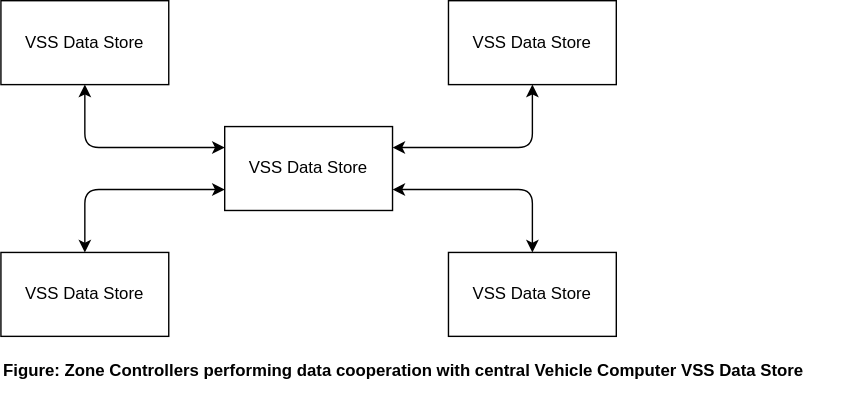
Above: in-vehicle-storage/apache-iotdb/doc/apache-iotdb-zonal-vss-store.drawio.svg in slawr/vss-otaku (draw.io), before the change. Source tidied: cells renumbered, new cells last; positions are measured from the earlier drawing's top-left corner, leaving out a move shared by most shapes. Source of this version:
```xml
<mxGraphModel>
  <root>
    <mxCell id="0" />
    <mxCell id="1" parent="0" />
    <mxCell id="2" style="edgeStyle=orthogonalEdgeStyle;html=1;exitX=0.5;exitY=1;exitDx=0;exitDy=0;entryX=0;entryY=0.25;entryDx=0;entryDy=0;startArrow=classic;startFill=1;" parent="1" edge="1" source="3" target="10">
      <mxGeometry relative="1" as="geometry" />
    </mxCell>
    <mxCell id="3" value="VSS Data Store" style="rounded=0;whiteSpace=wrap;html=1;" parent="1" vertex="1">
      <mxGeometry width="120" height="60" as="geometry" />
    </mxCell>
    <mxCell id="4" style="edgeStyle=orthogonalEdgeStyle;html=1;exitX=0.5;exitY=1;exitDx=0;exitDy=0;entryX=1;entryY=0.25;entryDx=0;entryDy=0;startArrow=classic;startFill=1;" parent="1" edge="1" source="5" target="10">
      <mxGeometry relative="1" as="geometry" />
    </mxCell>
    <mxCell id="5" value="VSS Data Store" style="rounded=0;whiteSpace=wrap;html=1;" parent="1" vertex="1">
      <mxGeometry x="320" width="120" height="60" as="geometry" />
    </mxCell>
    <mxCell id="6" style="edgeStyle=orthogonalEdgeStyle;html=1;exitX=0.5;exitY=0;exitDx=0;exitDy=0;entryX=0;entryY=0.75;entryDx=0;entryDy=0;startArrow=classic;startFill=1;" parent="1" edge="1" source="7" target="10">
      <mxGeometry relative="1" as="geometry" />
    </mxCell>
    <mxCell id="7" value="VSS Data Store" style="rounded=0;whiteSpace=wrap;html=1;" parent="1" vertex="1">
      <mxGeometry y="180" width="120" height="60" as="geometry" />
    </mxCell>
    <mxCell id="8" style="edgeStyle=orthogonalEdgeStyle;html=1;exitX=0.5;exitY=0;exitDx=0;exitDy=0;entryX=1;entryY=0.75;entryDx=0;entryDy=0;startArrow=classic;startFill=1;" parent="1" edge="1" source="9" target="10">
      <mxGeometry relative="1" as="geometry" />
    </mxCell>
    <mxCell id="9" value="VSS Data Store" style="rounded=0;whiteSpace=wrap;html=1;" parent="1" vertex="1">
      <mxGeometry x="320" y="180" width="120" height="60" as="geometry" />
    </mxCell>
    <mxCell id="10" value="VSS Data Store" style="rounded=0;whiteSpace=wrap;html=1;" parent="1" vertex="1">
      <mxGeometry x="160" y="90" width="120" height="60" as="geometry" />
    </mxCell>
    <mxCell id="11" value="&lt;b&gt;Figure: Zone Controllers performing data cooperation with central Vehicle Computer VSS Data Store&lt;/b&gt;" style="text;html=1;strokeColor=none;fillColor=none;align=left;verticalAlign=middle;whiteSpace=wrap;rounded=0;" parent="1" vertex="1">
      <mxGeometry y="250" width="600" height="30" as="geometry" />
    </mxCell>
  </root>
</mxGraphModel>
```
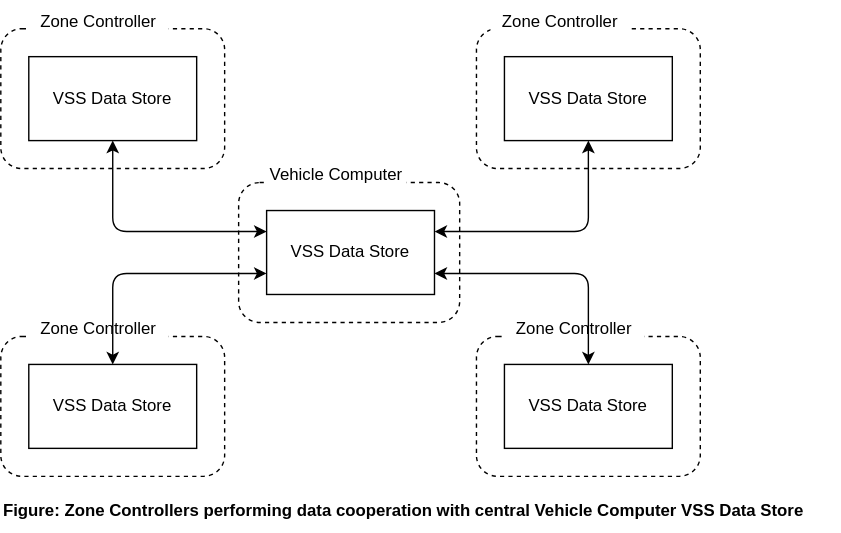
Later version of the same file.

Commit message:
in-vehicle storage: improved data store diagrams

Misc improvements to the VSS Data Store diagrams

What changed in the source:
```diff
@@ -2,35 +2,77 @@
   <root>
     <mxCell id="0" />
     <mxCell id="1" parent="0" />
+    <mxCell id="12" style="rounded=1;whiteSpace=wrap;html=1;dashed=1;fillColor=default;" parent="1" vertex="1">
+      <mxGeometry x="150" y="70" width="158" height="100" as="geometry" />
+    </mxCell>
+    <mxCell id="13" style="group;" parent="1" vertex="1">
+      <mxGeometry x="320" y="160" width="160" height="120" as="geometry" />
+    </mxCell>
+    <mxCell id="14" style="rounded=1;whiteSpace=wrap;html=1;dashed=1;fillColor=none;" parent="13" vertex="1">
+      <mxGeometry y="20" width="160" height="100" as="geometry" />
+    </mxCell>
+    <mxCell id="15" value="Zone Controller" style="text;html=1;strokeColor=none;fillColor=default;align=center;verticalAlign=middle;whiteSpace=wrap;rounded=0;dashed=1;" parent="13" vertex="1">
+      <mxGeometry x="20" width="100" height="30" as="geometry" />
+    </mxCell>
+    <mxCell id="9" value="VSS Data Store" style="rounded=0;whiteSpace=wrap;html=1;" parent="13" vertex="1">
+      <mxGeometry x="20" y="40" width="120" height="60" as="geometry" />
+    </mxCell>
+    <mxCell id="16" style="group;" parent="1" vertex="1">
+      <mxGeometry x="-20" y="160" width="160" height="120" as="geometry" />
+    </mxCell>
+    <mxCell id="17" style="rounded=1;whiteSpace=wrap;html=1;dashed=1;fillColor=none;" parent="16" vertex="1">
+      <mxGeometry y="20" width="160" height="100" as="geometry" />
+    </mxCell>
+    <mxCell id="18" value="Zone Controller" style="text;html=1;strokeColor=none;fillColor=default;align=center;verticalAlign=middle;whiteSpace=wrap;rounded=0;dashed=1;" parent="16" vertex="1">
+      <mxGeometry x="20" width="100" height="30" as="geometry" />
+    </mxCell>
+    <mxCell id="7" value="VSS Data Store" style="rounded=0;whiteSpace=wrap;html=1;" parent="16" vertex="1">
+      <mxGeometry x="20" y="40" width="120" height="60" as="geometry" />
+    </mxCell>
     <mxCell id="2" style="edgeStyle=orthogonalEdgeStyle;html=1;exitX=0.5;exitY=1;exitDx=0;exitDy=0;entryX=0;entryY=0.25;entryDx=0;entryDy=0;startArrow=classic;startFill=1;" parent="1" edge="1" source="3" target="10">
       <mxGeometry relative="1" as="geometry" />
     </mxCell>
     <mxCell id="3" value="VSS Data Store" style="rounded=0;whiteSpace=wrap;html=1;" parent="1" vertex="1">
-      <mxGeometry width="120" height="60" as="geometry" />
+      <mxGeometry y="-20" width="120" height="60" as="geometry" />
     </mxCell>
     <mxCell id="4" style="edgeStyle=orthogonalEdgeStyle;html=1;exitX=0.5;exitY=1;exitDx=0;exitDy=0;entryX=1;entryY=0.25;entryDx=0;entryDy=0;startArrow=classic;startFill=1;" parent="1" edge="1" source="5" target="10">
       <mxGeometry relative="1" as="geometry" />
     </mxCell>
     <mxCell id="5" value="VSS Data Store" style="rounded=0;whiteSpace=wrap;html=1;" parent="1" vertex="1">
-      <mxGeometry x="320" width="120" height="60" as="geometry" />
+      <mxGeometry x="340" y="-20" width="120" height="60" as="geometry" />
     </mxCell>
     <mxCell id="6" style="edgeStyle=orthogonalEdgeStyle;html=1;exitX=0.5;exitY=0;exitDx=0;exitDy=0;entryX=0;entryY=0.75;entryDx=0;entryDy=0;startArrow=classic;startFill=1;" parent="1" edge="1" source="7" target="10">
       <mxGeometry relative="1" as="geometry" />
     </mxCell>
-    <mxCell id="7" value="VSS Data Store" style="rounded=0;whiteSpace=wrap;html=1;" parent="1" vertex="1">
-      <mxGeometry y="180" width="120" height="60" as="geometry" />
-    </mxCell>
     <mxCell id="8" style="edgeStyle=orthogonalEdgeStyle;html=1;exitX=0.5;exitY=0;exitDx=0;exitDy=0;entryX=1;entryY=0.75;entryDx=0;entryDy=0;startArrow=classic;startFill=1;" parent="1" edge="1" source="9" target="10">
       <mxGeometry relative="1" as="geometry" />
     </mxCell>
-    <mxCell id="9" value="VSS Data Store" style="rounded=0;whiteSpace=wrap;html=1;" parent="1" vertex="1">
-      <mxGeometry x="320" y="180" width="120" height="60" as="geometry" />
-    </mxCell>
     <mxCell id="10" value="VSS Data Store" style="rounded=0;whiteSpace=wrap;html=1;" parent="1" vertex="1">
-      <mxGeometry x="160" y="90" width="120" height="60" as="geometry" />
+      <mxGeometry x="170" y="90" width="120" height="60" as="geometry" />
     </mxCell>
     <mxCell id="11" value="&lt;b&gt;Figure: Zone Controllers performing data cooperation with central Vehicle Computer VSS Data Store&lt;/b&gt;" style="text;html=1;strokeColor=none;fillColor=none;align=left;verticalAlign=middle;whiteSpace=wrap;rounded=0;" parent="1" vertex="1">
-      <mxGeometry y="250" width="600" height="30" as="geometry" />
+      <mxGeometry x="-20" y="290" width="600" height="30" as="geometry" />
     </mxCell>
+    <mxCell id="19" style="group;" parent="1" vertex="1">
+      <mxGeometry x="-20" y="-60" width="160" height="120" as="geometry" />
+    </mxCell>
+    <mxCell id="20" style="rounded=1;whiteSpace=wrap;html=1;dashed=1;fillColor=none;" parent="19" vertex="1">
+      <mxGeometry y="20" width="160" height="100" as="geometry" />
+    </mxCell>
+    <mxCell id="21" value="Zone Controller" style="text;html=1;strokeColor=none;fillColor=default;align=center;verticalAlign=middle;whiteSpace=wrap;rounded=0;dashed=1;" parent="19" vertex="1">
+      <mxGeometry x="20" width="100" height="30" as="geometry" />
+    </mxCell>
+    <mxCell id="22" style="group;" parent="1" vertex="1">
+      <mxGeometry x="310" y="-60" width="160" height="120" as="geometry" />
+    </mxCell>
+    <mxCell id="23" style="rounded=1;whiteSpace=wrap;html=1;dashed=1;fillColor=none;" parent="22" vertex="1">
+      <mxGeometry x="10" y="20" width="160" height="100" as="geometry" />
+    </mxCell>
+    <mxCell id="24" value="Zone Controller" style="text;html=1;strokeColor=none;fillColor=default;align=center;verticalAlign=middle;whiteSpace=wrap;rounded=0;dashed=1;" parent="22" vertex="1">
+      <mxGeometry x="20" width="100" height="30" as="geometry" />
+    </mxCell>
+    <mxCell id="25" value="Vehicle Computer" style="text;html=1;strokeColor=none;fillColor=default;align=center;verticalAlign=middle;whiteSpace=wrap;rounded=0;dashed=1;" parent="1" vertex="1">
+      <mxGeometry x="170" y="50" width="100" height="30" as="geometry" />
+    </mxCell>
   </root>
 </mxGraphModel>
```
